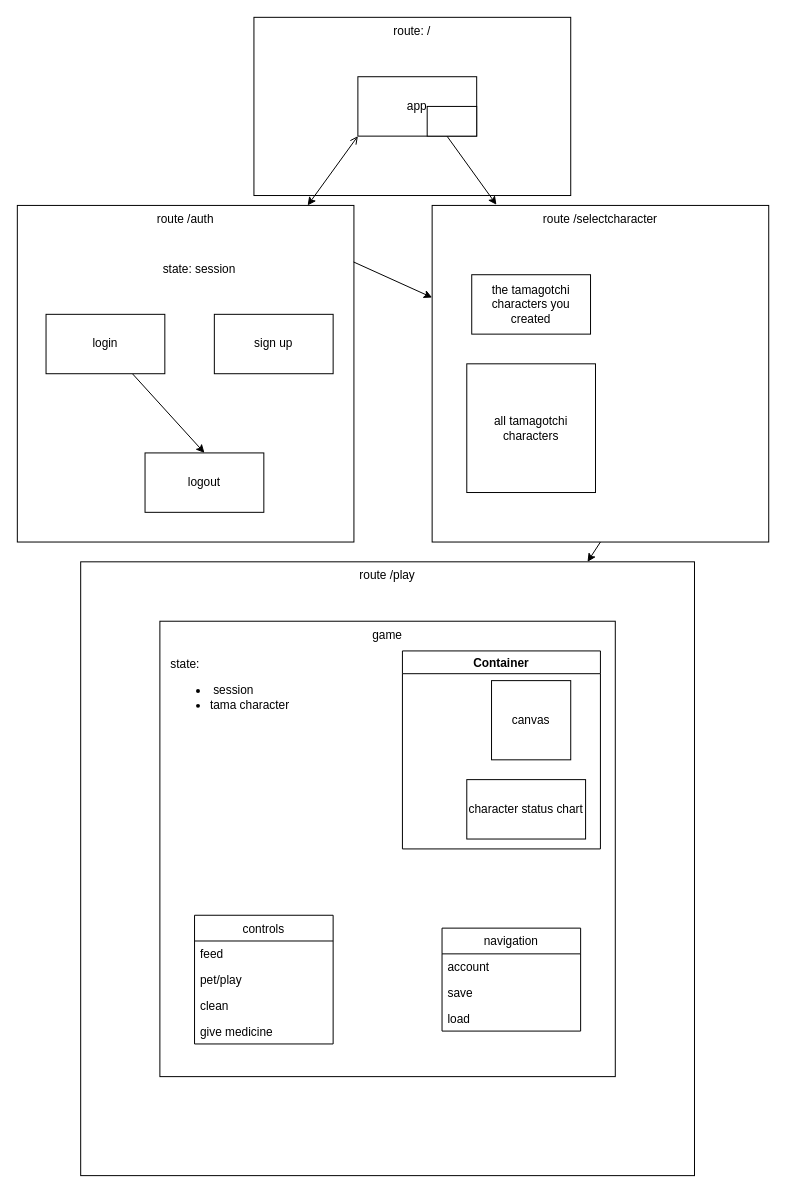
Before: project-management/diagrams/react-components.drawio in circuitsunfish/tamagotchi, a draw.io diagram. Source tidied: cells renumbered, new cells numbered last; positions are measured from the earlier drawing's top-left corner, leaving out a move shared by most shapes. Both pictures are drawn from the tidied source at 99%, with x=0, y=0 at pixel (17, 17).
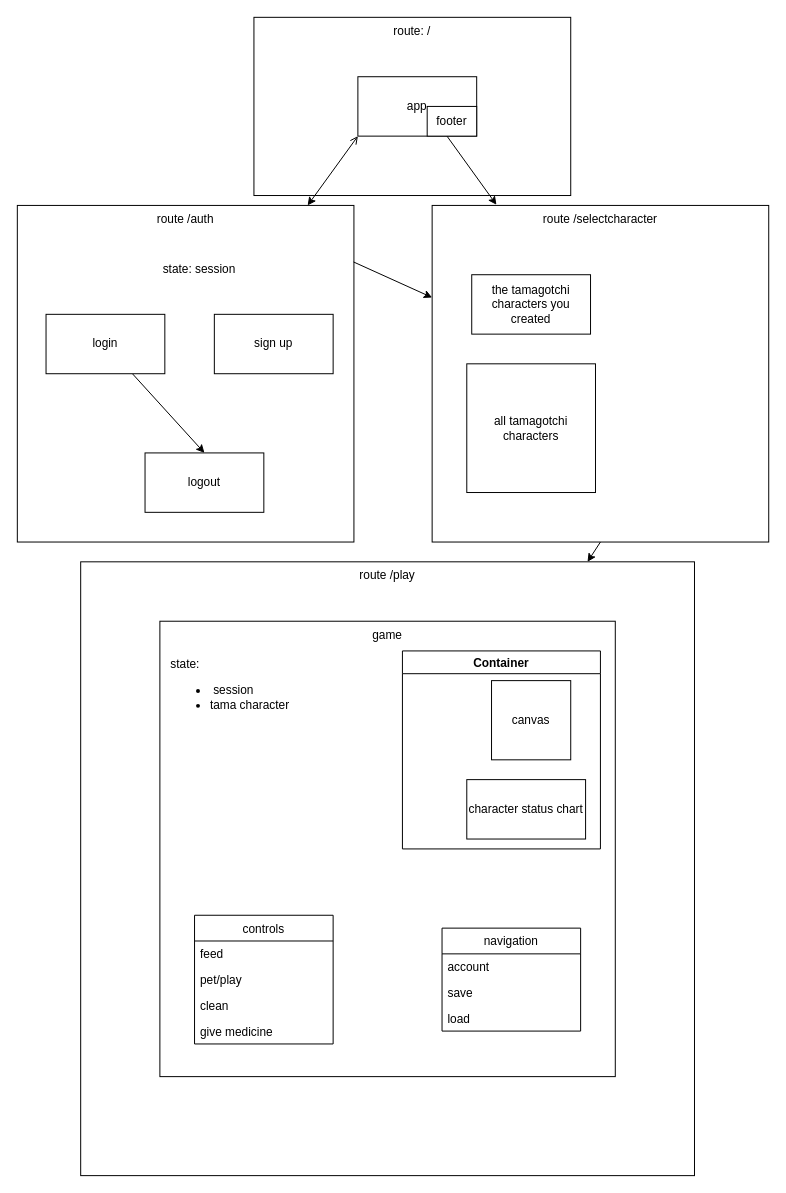
The same page after the edit.

Commit message (it also covers changes not shown here):
play route diagrammed

The edit, as a diff of the source:
```diff
@@
-    <mxCell id="32" style="rounded=0;whiteSpace=wrap;html=1;" parent="1" vertex="1">
+    <mxCell id="32" value="footer" style="rounded=0;whiteSpace=wrap;html=1;" parent="1" vertex="1">
       <mxGeometry x="414" y="90" width="50" height="30" as="geometry" />
     </mxCell>
```
